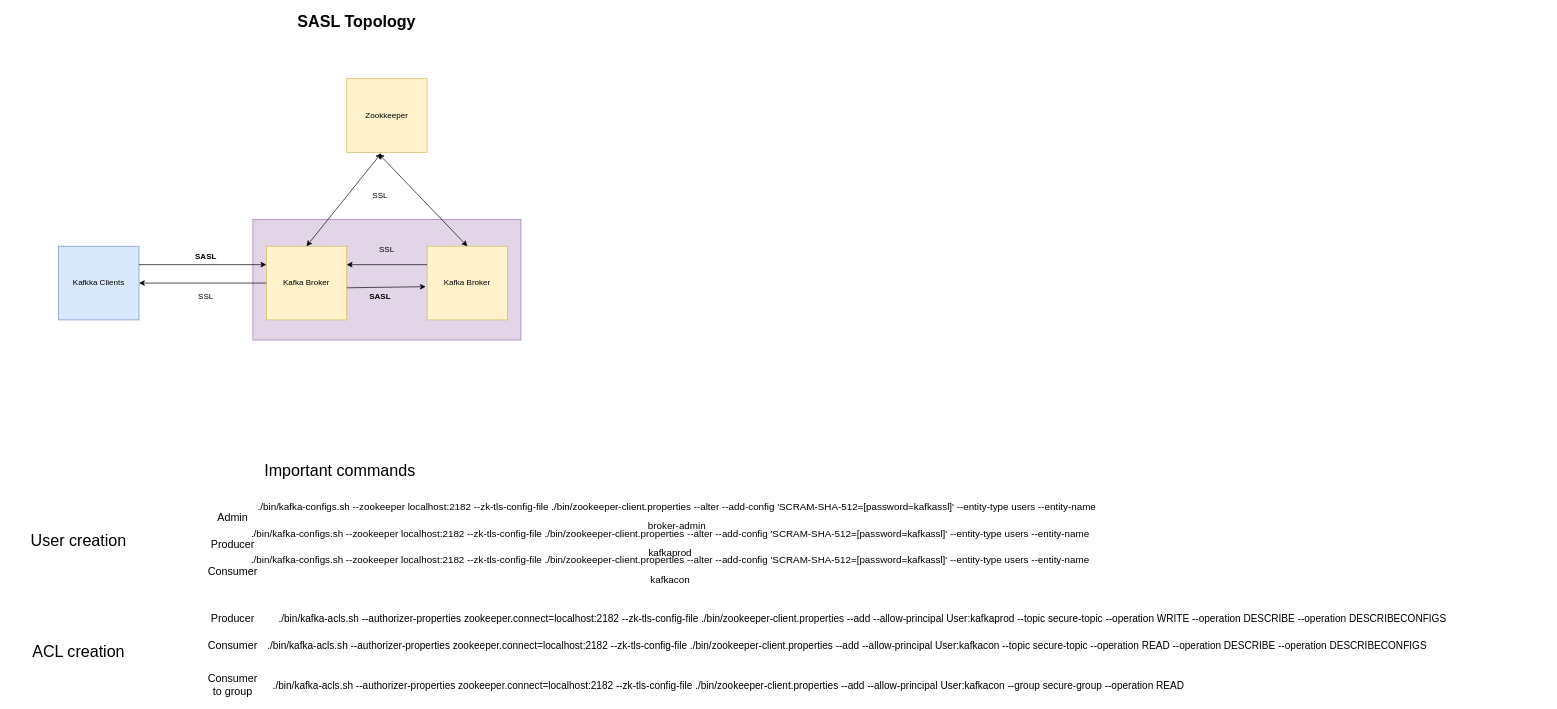
Before: page "SASL - topology" (19 of 20) of Drawings/Kafka.drawio in sreedharsingaraju/KafkaTutorials, a draw.io diagram. Source tidied: cells renumbered, new cells numbered last; positions are measured from the earlier drawing's top-left corner, leaving out a move shared by most shapes. Both pictures are drawn from the tidied source at 67%, with x=0, y=0 at pixel (11, 11).
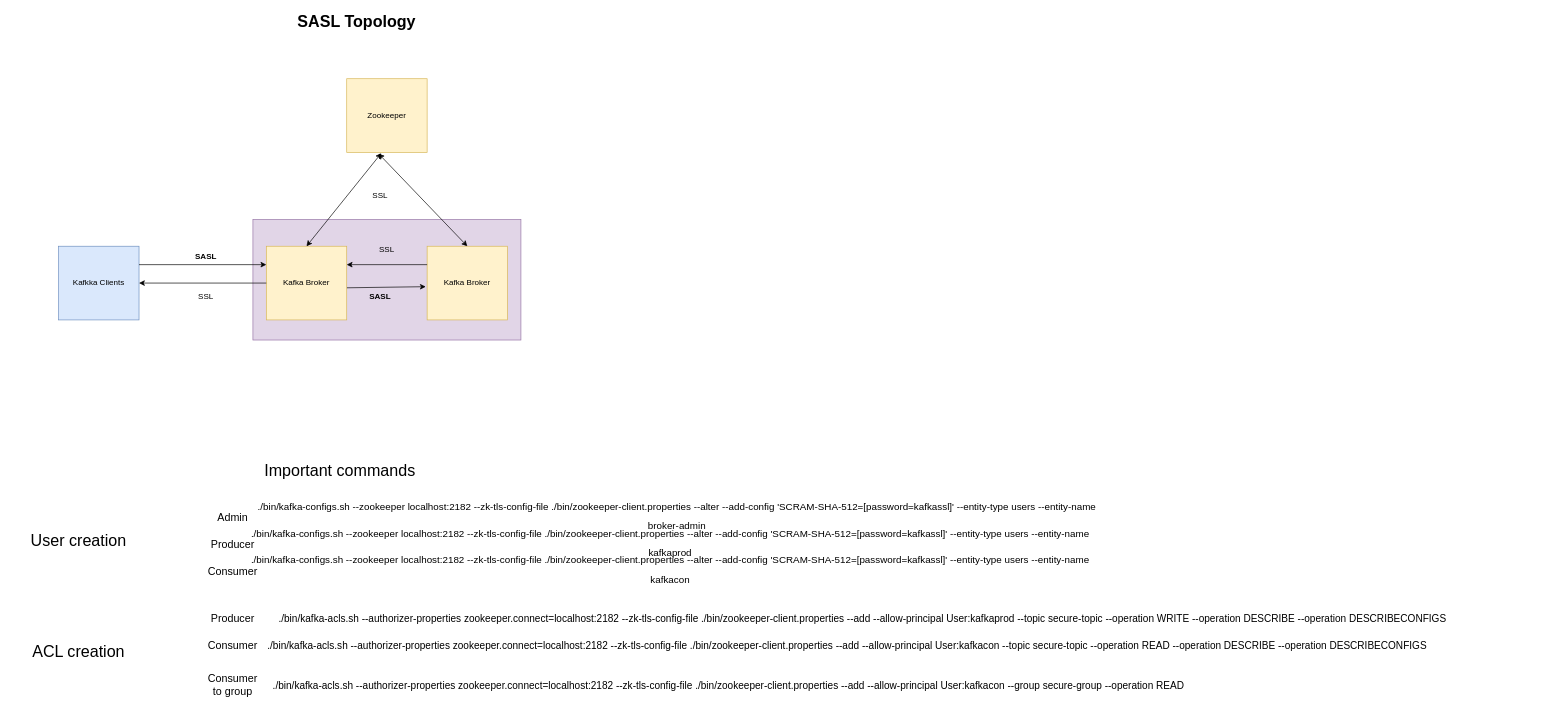
The same diagram, later.

The edit, as a diff of the source:
```diff
@@
-    <mxCell id="4" value="Zookkeeper" style="rounded=0;whiteSpace=wrap;html=1;fillColor=#fff2cc;strokeColor=#d6b656;" parent="1" vertex="1">
+    <mxCell id="4" value="Zookeeper" style="rounded=0;whiteSpace=wrap;html=1;fillColor=#fff2cc;strokeColor=#d6b656;" parent="1" vertex="1">
       <mxGeometry x="500" y="100" width="120" height="110" as="geometry" />
     </mxCell>
```
